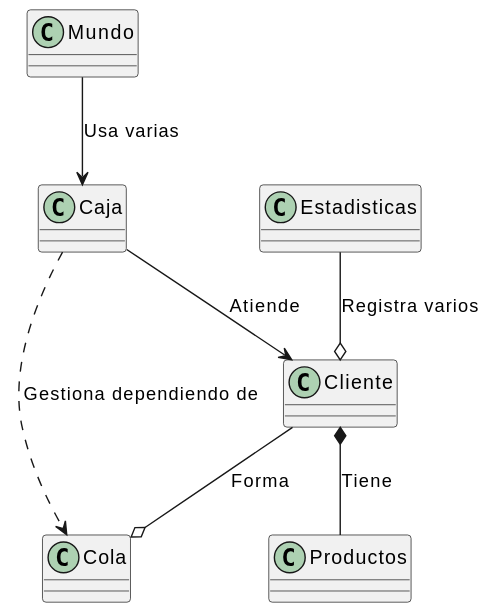
Earlier version of the PlantUML export modelosUML y svg/svg/DiagramaDeClases.svg (mmasias/24-25-IdSw2-SDD).
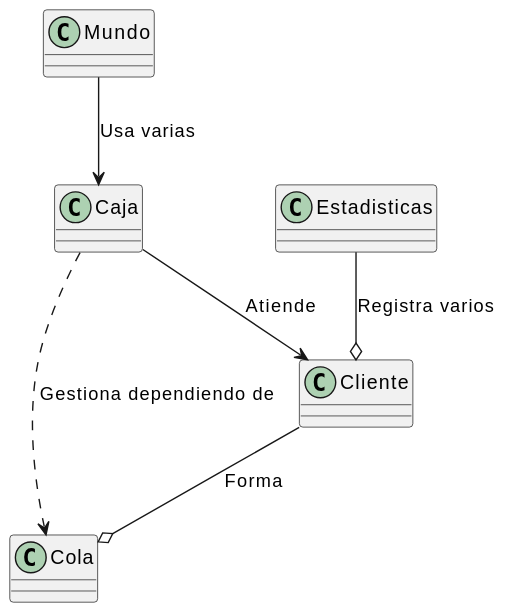
Above is the later version.

Commit message:
eliminacion de productos del diagrama ya que es un atributo de cliente

The edit, as a diff of the source:
```diff
@@ -7,15 +7,13 @@
 }
 class Cliente {
 }
-class Productos {
-}
+
 class Estadisticas {
 }
 
 
 Mundo --> Caja : "Usa varias"
 Caja --> Cliente : "Atiende"
-Cliente *-- Productos : "Tiene"
 Cliente --o Cola : "Forma"
 Caja ..> Cola : "Gestiona dependiendo de"
 Estadisticas --o Cliente : "Registra varios"
```
